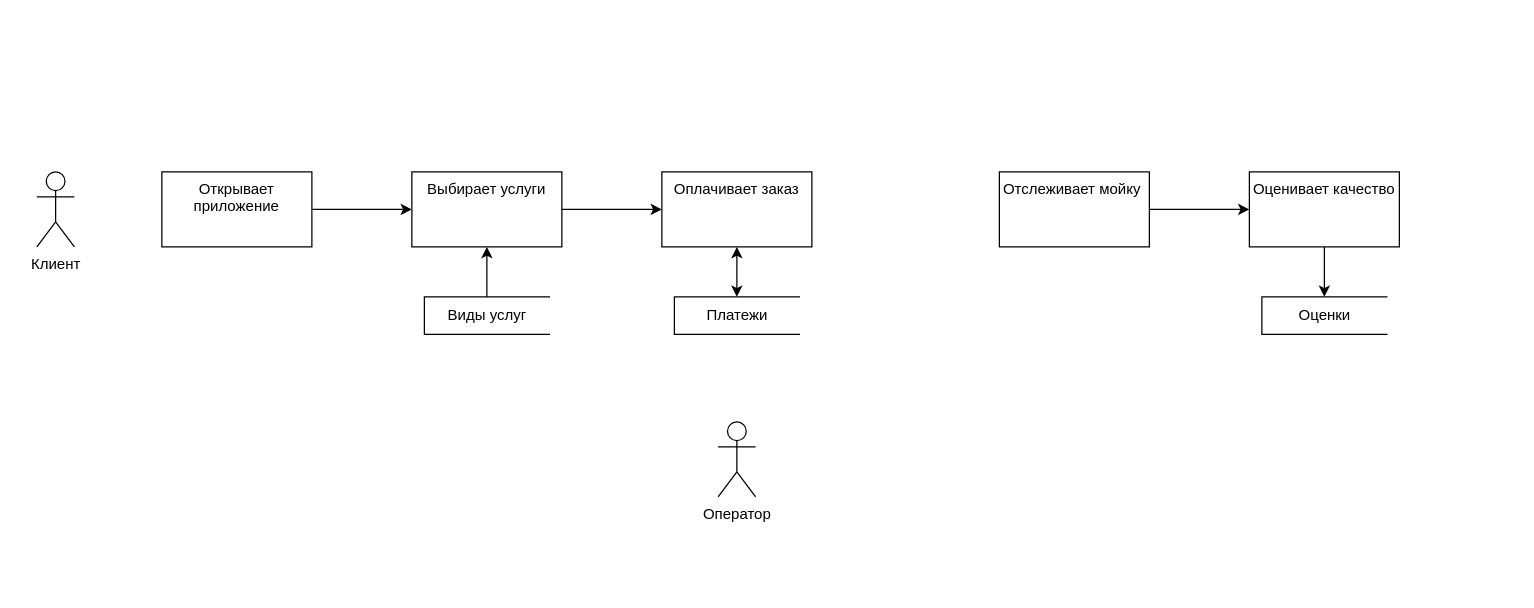
The draw.io diagram page "Page-2" (2 of 2) of Diagram_1.drawio in vitaliyepikhin/Automated-Car-Wash, before the edit. Source tidied: cells renumbered, new cells numbered last; positions are measured from the earlier drawing's top-left corner, leaving out a move shared by most shapes. Both pictures are drawn from the tidied source at 125%, with x=0, y=0 at pixel (36, 171).
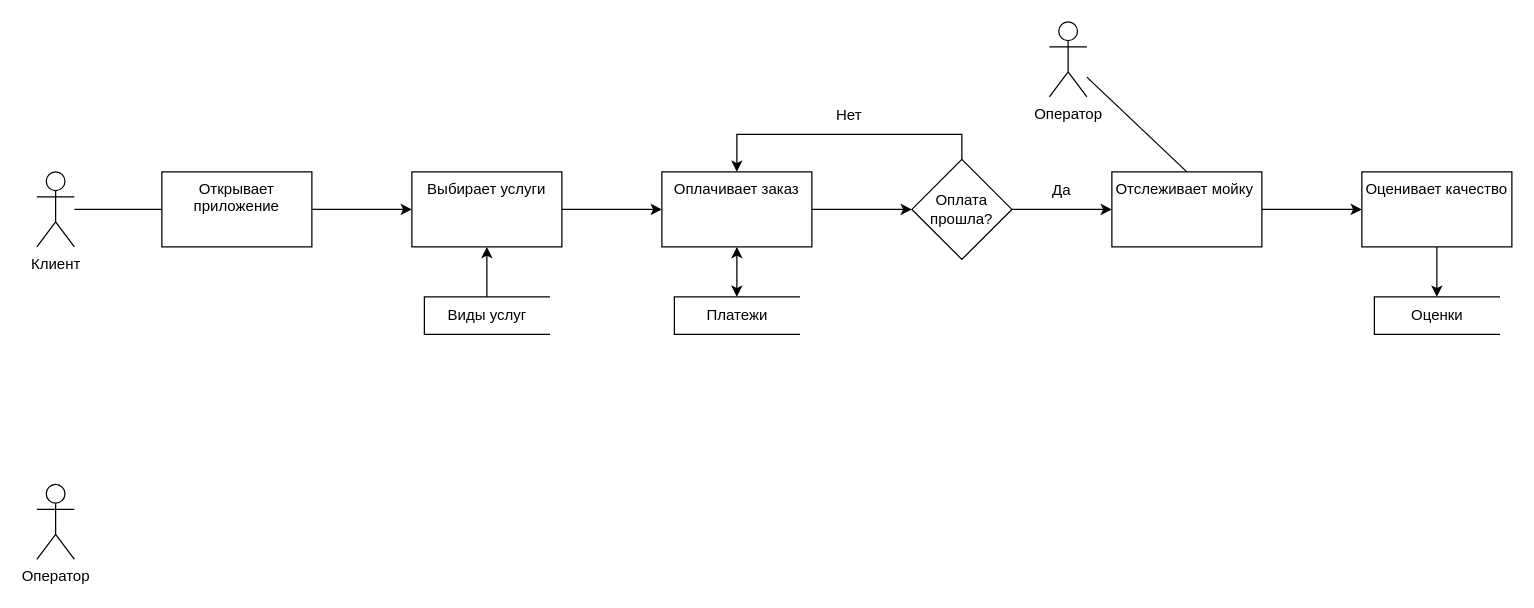
Above is the later version.

Unchanged cells that the change refers to:
```xml
<mxCell id="2" value="Клиент" style="shape=umlActor;verticalLabelPosition=bottom;verticalAlign=top;html=1;outlineConnect=0;" parent="1" vertex="1">
  <mxGeometry width="30" height="60" as="geometry" />
</mxCell>
<mxCell id="4" value="Открывает приложение" style="whiteSpace=wrap;html=1;verticalAlign=top;" parent="1" vertex="1">
  <mxGeometry x="100" width="120" height="60" as="geometry" />
</mxCell>
<mxCell id="8" value="Оплачивает заказ" style="whiteSpace=wrap;html=1;verticalAlign=top;" parent="1" vertex="1">
  <mxGeometry x="500" width="120" height="60" as="geometry" />
</mxCell>
<mxCell id="15" value="Платежи" style="html=1;dashed=0;whitespace=wrap;shape=partialRectangle;right=0;" parent="1" vertex="1">
  <mxGeometry x="510" y="100" width="100" height="30" as="geometry" />
</mxCell>
```

Change to the diagram source:
```diff
@@
-    <mxCell id="7" style="edgeStyle=orthogonalEdgeStyle;rounded=0;jettySize=auto;html=1;startArrow=classic;startFill=1;" parent="1" edge="1" source="8" target="15">
-      <mxGeometry relative="1" as="geometry" />
-    </mxCell>
+    <mxCell id="18" style="edgeStyle=orthogonalEdgeStyle;rounded=0;jettySize=auto;html=1;startArrow=none;startFill=0;" parent="1" edge="1" source="8" target="22">
+      <mxGeometry relative="1" as="geometry" />
+    </mxCell>
@@
     <mxCell id="12" value="Отслеживает мойку&amp;nbsp;" style="whiteSpace=wrap;html=1;verticalAlign=top;" parent="1" vertex="1">
-      <mxGeometry x="770" width="120" height="60" as="geometry" />
+      <mxGeometry x="860" width="120" height="60" as="geometry" />
     </mxCell>
@@
     <mxCell id="14" value="Оценивает качество" style="whiteSpace=wrap;html=1;verticalAlign=top;" parent="1" vertex="1">
-      <mxGeometry x="970" width="120" height="60" as="geometry" />
+      <mxGeometry x="1060" width="120" height="60" as="geometry" />
     </mxCell>
+    <mxCell id="19" style="edgeStyle=orthogonalEdgeStyle;rounded=0;jettySize=auto;html=1;startArrow=classic;startFill=1;" parent="1" edge="1" source="15" target="8">
+      <mxGeometry relative="1" as="geometry" />
+    </mxCell>
@@
     <mxCell id="16" value="Оператор" style="shape=umlActor;verticalLabelPosition=bottom;verticalAlign=top;html=1;outlineConnect=0;" parent="1" vertex="1">
-      <mxGeometry x="545" y="200" width="30" height="60" as="geometry" />
+      <mxGeometry x="810" y="-120" width="30" height="60" as="geometry" />
     </mxCell>
     <mxCell id="17" value="Оценки" style="html=1;dashed=0;whitespace=wrap;shape=partialRectangle;right=0;" parent="1" vertex="1">
-      <mxGeometry x="980" y="100" width="100" height="30" as="geometry" />
+      <mxGeometry x="1070" y="100" width="100" height="30" as="geometry" />
     </mxCell>
+    <mxCell id="20" style="edgeStyle=orthogonalEdgeStyle;rounded=0;jettySize=auto;html=1;entryX=0.5;entryY=0;entryDx=0;entryDy=0;startArrow=none;startFill=0;" parent="1" edge="1" source="22" target="8">
+      <mxGeometry relative="1" as="geometry">
+        <Array as="points">
+          <mxPoint x="740" y="-30" />
+          <mxPoint x="560" y="-30" />
+        </Array>
+      </mxGeometry>
+    </mxCell>
+    <mxCell id="21" style="edgeStyle=orthogonalEdgeStyle;rounded=0;jettySize=auto;html=1;startArrow=none;startFill=0;" parent="1" edge="1" source="22" target="12">
+      <mxGeometry relative="1" as="geometry" />
+    </mxCell>
+    <mxCell id="22" value="Оплата прошла?" style="rhombus;whiteSpace=wrap;html=1;" parent="1" vertex="1">
+      <mxGeometry x="700" y="-10" width="80" height="80" as="geometry" />
+    </mxCell>
+    <mxCell id="23" value="Нет" style="text;html=1;strokeColor=none;fillColor=none;align=center;verticalAlign=middle;whiteSpace=wrap;rounded=0;" parent="1" vertex="1">
+      <mxGeometry x="620" y="-60" width="60" height="30" as="geometry" />
+    </mxCell>
+    <mxCell id="24" style="endArrow=none;html=1;rounded=0;entryX=0;entryY=0.5;entryDx=0;entryDy=0;" parent="1" edge="1" source="2" target="4">
+      <mxGeometry relative="1" as="geometry" />
+    </mxCell>
+    <mxCell id="25" value="Оператор" style="shape=umlActor;verticalLabelPosition=bottom;verticalAlign=top;html=1;" parent="1" vertex="1">
+      <mxGeometry y="250" width="30" height="60" as="geometry" />
+    </mxCell>
+    <mxCell id="26" style="endArrow=none;html=1;rounded=0;entryX=0.5;entryY=0;entryDx=0;entryDy=0;" parent="1" edge="1" source="16" target="12">
+      <mxGeometry relative="1" as="geometry" />
+    </mxCell>
+    <mxCell id="27" value="Да" style="text;html=1;strokeColor=none;fillColor=none;align=center;verticalAlign=middle;whiteSpace=wrap;rounded=0;" parent="1" vertex="1">
+      <mxGeometry x="790" width="60" height="30" as="geometry" />
+    </mxCell>
```
